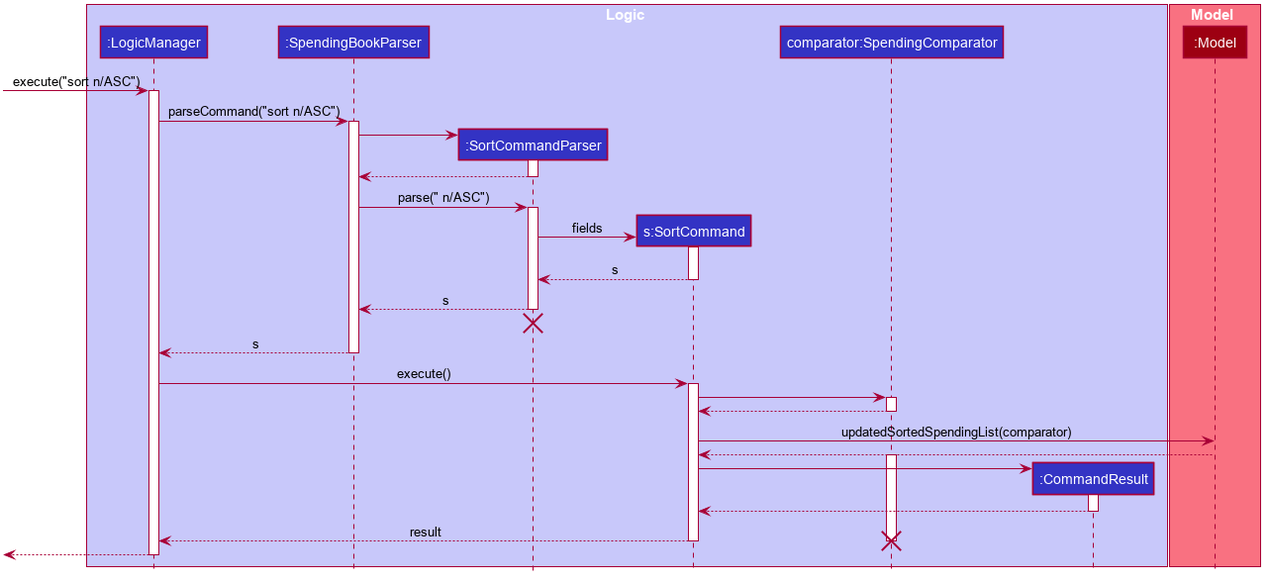
This is docs/images/SortSequenceDiagram.png from nus-cs2103-AY1920S1/addressbook-level3, a PlantUML export, as it was before one commit.
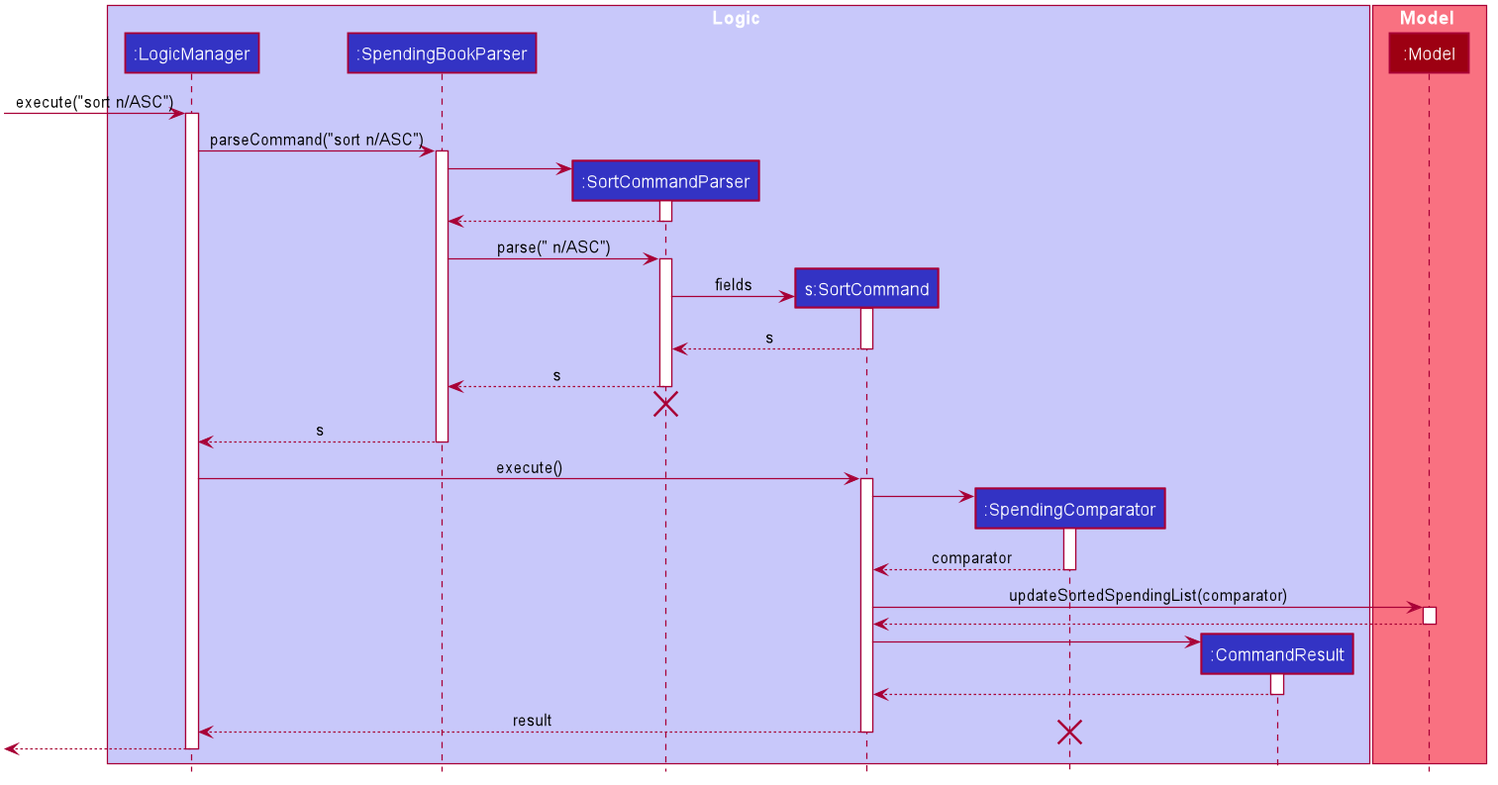
The same file after the commit.

What changed in the source:
```diff
@@ -53,7 +53,7 @@
 participant ":SpendingBookParser" as SpendingBookParser #3333C4
 participant ":SortCommandParser" as SortCommandParser #3333C4
 participant "s:SortCommand" as SortCommand #3333C4
-participant "comparator:SpendingComparator" as SpendingComparator #3333C4
+participant ":SpendingComparator" as SpendingComparator #3333C4
 participant ":CommandResult" as CommandResult #3333C4
 end box
 
@@ -95,18 +95,18 @@
 LogicManager -> SortCommand : execute()
 activate SortCommand
 
+create SpendingComparator
 SortCommand -> SpendingComparator
 activate SpendingComparator
 
-SpendingComparator --> SortCommand
+SpendingComparator --> SortCommand : comparator
 deactivate SpendingComparator
 
-SortCommand -> Model : updatedSortedSpendingList(comparator)
+SortCommand -> Model : updateSortedSpendingList(comparator)
+activate Model
 
 Model --> SortCommand
 deactivate Model
-
-activate SpendingComparator
 
 create CommandResult
 SortCommand -> CommandResult
```
